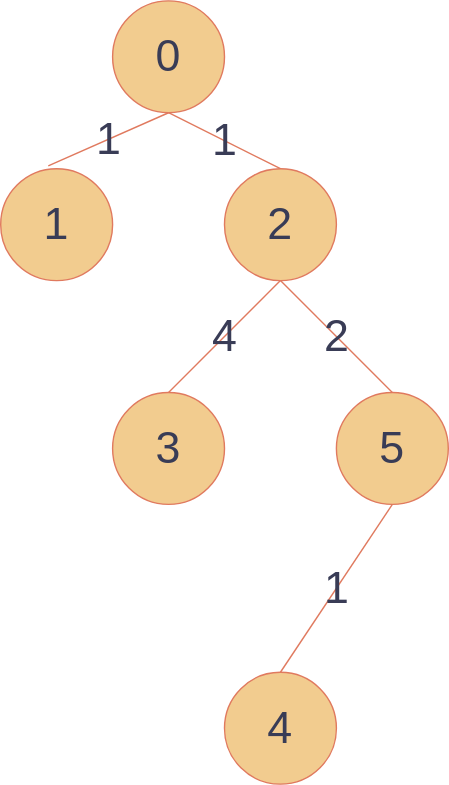
Above: lib/cpalgo/tree/tests/diameter_testcase1.drawio.svg in xirc/cp-algorithm (draw.io), before the change. Source tidied: cells renumbered, new cells last; positions are measured from the earlier drawing's top-left corner, leaving out a move shared by most shapes.
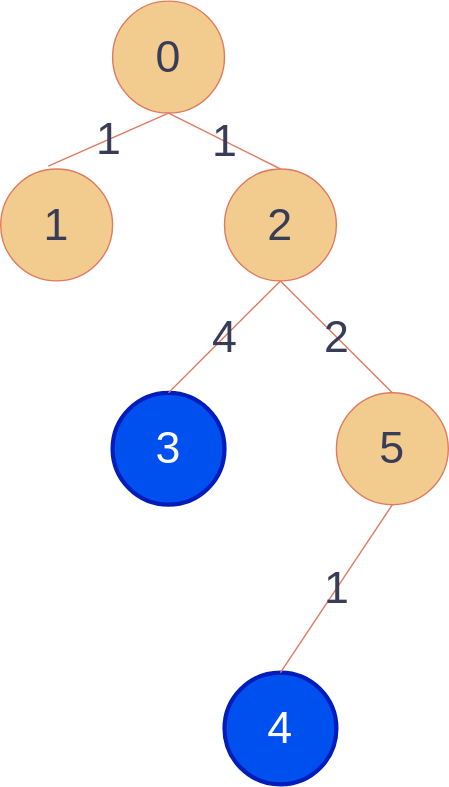
After the commit.

What changed in the source:
```diff
@@ -11,13 +11,13 @@
     <mxCell id="4" value="2" style="ellipse;whiteSpace=wrap;html=1;fontSize=32;fillColor=#F2CC8F;strokeColor=#E07A5F;fontColor=#393C56;" parent="1" vertex="1">
       <mxGeometry x="160" y="120" width="80" height="80" as="geometry" />
     </mxCell>
-    <mxCell id="5" value="3" style="ellipse;whiteSpace=wrap;html=1;fontSize=32;fillColor=#F2CC8F;strokeColor=#E07A5F;fontColor=#393C56;" parent="1" vertex="1">
+    <mxCell id="5" value="3" style="ellipse;whiteSpace=wrap;html=1;fontSize=32;fillColor=#0050ef;strokeColor=#001DBC;fontColor=#ffffff;strokeWidth=3;" parent="1" vertex="1">
       <mxGeometry x="80" y="280" width="80" height="80" as="geometry" />
     </mxCell>
     <mxCell id="6" value="5" style="ellipse;whiteSpace=wrap;html=1;fontSize=32;fillColor=#F2CC8F;strokeColor=#E07A5F;fontColor=#393C56;" parent="1" vertex="1">
       <mxGeometry x="240" y="280" width="80" height="80" as="geometry" />
     </mxCell>
-    <mxCell id="7" value="4" style="ellipse;whiteSpace=wrap;html=1;fontSize=32;fillColor=#F2CC8F;strokeColor=#E07A5F;fontColor=#393C56;" parent="1" vertex="1">
+    <mxCell id="7" value="4" style="ellipse;whiteSpace=wrap;html=1;fontSize=32;fillColor=#0050ef;strokeColor=#001DBC;fontColor=#ffffff;strokeWidth=3;" parent="1" vertex="1">
       <mxGeometry x="160" y="480" width="80" height="80" as="geometry" />
     </mxCell>
     <mxCell id="8" value="1" style="endArrow=none;html=1;fontSize=32;exitX=0.425;exitY=-0.025;exitDx=0;exitDy=0;entryX=0.5;entryY=1;entryDx=0;entryDy=0;exitPerimeter=0;labelBackgroundColor=none;strokeColor=#E07A5F;fontColor=#393C56;" parent="1" edge="1" source="3" target="2">
```
